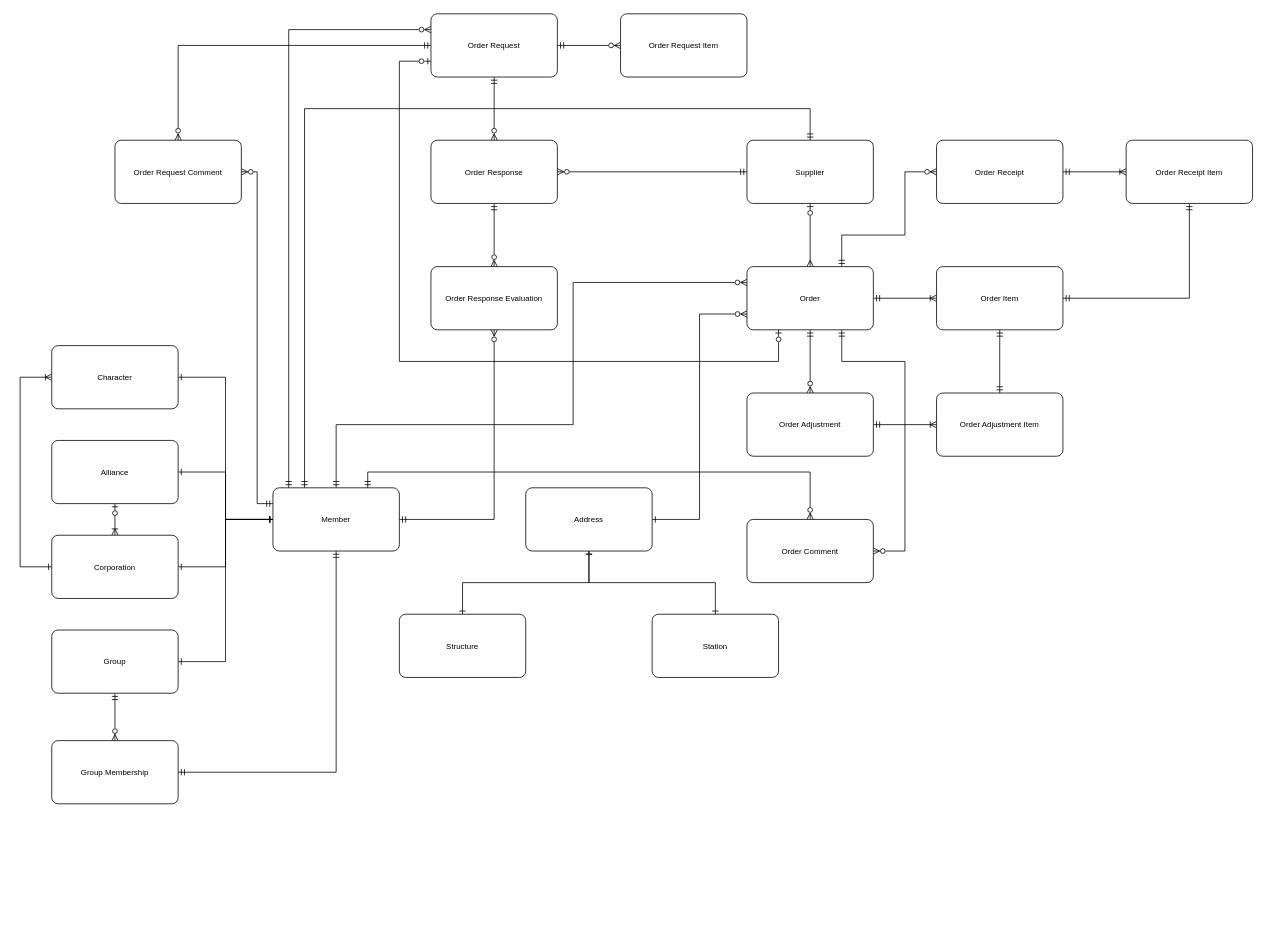
Above: page "ERD" (1 of 2) of Procurement.drawio in bokoboshahni/jove-diagrams (draw.io), before the change. Source tidied: cells renumbered, new cells numbered last; positions are measured from the earlier drawing's top-left corner, leaving out a move shared by most shapes. Both pictures are drawn from the tidied source at 79%, with x=0, y=0 at pixel (20, 13).
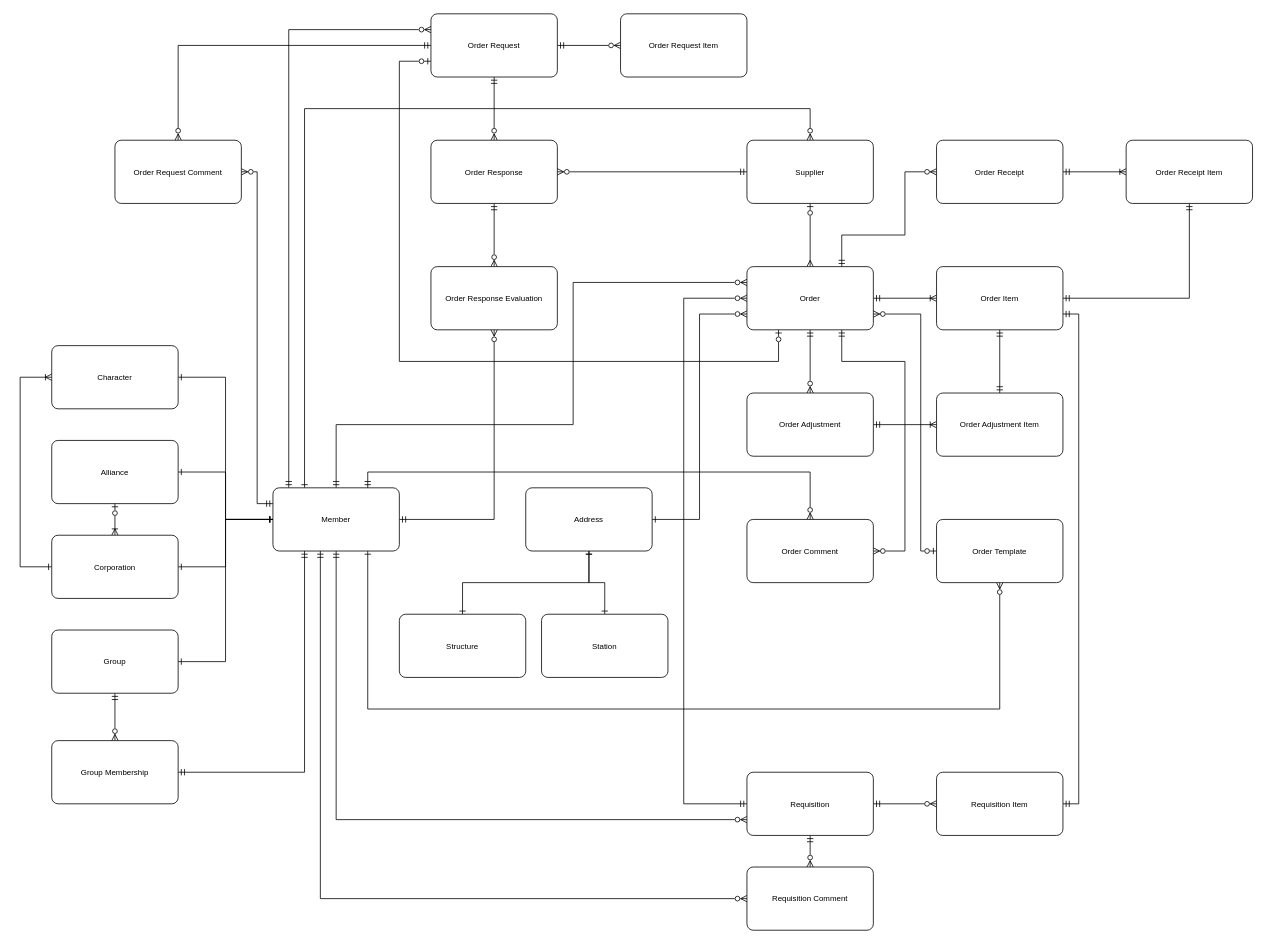
The same diagram, later.

The change refers to these unchanged cells:
```xml
<mxCell id="7" value="Order" style="rounded=1;arcSize=10;whiteSpace=wrap;html=1;align=center;fontSize=10;" parent="1" vertex="1">
  <mxGeometry x="920" y="320" width="160" height="80" as="geometry" />
</mxCell>
<mxCell id="8" value="Order Item" style="rounded=1;arcSize=10;whiteSpace=wrap;html=1;align=center;fontSize=10;" parent="1" vertex="1">
  <mxGeometry x="1160" y="320" width="160" height="80" as="geometry" />
</mxCell>
<mxCell id="24" value="Supplier" style="rounded=1;arcSize=10;whiteSpace=wrap;html=1;align=center;fontSize=10;" parent="1" vertex="1">
  <mxGeometry x="920" y="160" width="160" height="80" as="geometry" />
</mxCell>
<mxCell id="37" value="Member" style="rounded=1;arcSize=10;whiteSpace=wrap;html=1;align=center;fontSize=10;" parent="1" vertex="1">
  <mxGeometry x="320" y="600" width="160" height="80" as="geometry" />
</mxCell>
<mxCell id="52" value="Group Membership" style="rounded=1;arcSize=10;whiteSpace=wrap;html=1;align=center;fontSize=10;" parent="1" vertex="1">
  <mxGeometry x="40" y="920" width="160" height="80" as="geometry" />
</mxCell>
```

Diff of the diagram source:
```diff
@@
+    <mxCell id="56" style="edgeStyle=orthogonalEdgeStyle;rounded=0;jettySize=auto;html=1;entryX=1;entryY=0.5;entryDx=0;entryDy=0;fontSize=10;startArrow=ERmandOne;startFill=0;endArrow=ERmandOne;endFill=0;" parent="1" edge="1" source="8" target="67">
+      <mxGeometry relative="1" as="geometry">
+        <Array as="points">
+          <mxPoint x="1340" y="380" />
+          <mxPoint x="1340" y="1000" />
+        </Array>
+      </mxGeometry>
+    </mxCell>
@@
-    <mxCell id="23" style="edgeStyle=orthogonalEdgeStyle;rounded=0;jettySize=auto;html=1;fontSize=10;startArrow=ERmandOne;startFill=0;endArrow=ERmandOne;endFill=0;" parent="1" edge="1" source="24" target="37">
+    <mxCell id="23" style="edgeStyle=orthogonalEdgeStyle;rounded=0;jettySize=auto;html=1;fontSize=10;startArrow=ERzeroToMany;startFill=0;endArrow=ERone;endFill=0;" parent="1" edge="1" source="24" target="37">
       <mxGeometry relative="1" as="geometry">
         <Array as="points">
           <mxPoint x="1000" y="120" />
           <mxPoint x="360" y="120" />
         </Array>
       </mxGeometry>
     </mxCell>
@@
     <mxCell id="32" value="Station" style="rounded=1;arcSize=10;whiteSpace=wrap;html=1;align=center;fontSize=10;" parent="1" vertex="1">
-      <mxGeometry x="800" y="760" width="160" height="80" as="geometry" />
+      <mxGeometry x="660" y="760" width="160" height="80" as="geometry" />
     </mxCell>
@@
+    <mxCell id="57" style="edgeStyle=orthogonalEdgeStyle;rounded=0;jettySize=auto;html=1;entryX=0.5;entryY=1;entryDx=0;entryDy=0;fontSize=10;startArrow=ERone;startFill=0;endArrow=ERzeroToMany;endFill=0;" parent="1" edge="1" source="37" target="61">
+      <mxGeometry relative="1" as="geometry">
+        <Array as="points">
+          <mxPoint x="440" y="880" />
+          <mxPoint x="1240" y="880" />
+        </Array>
+      </mxGeometry>
+    </mxCell>
+    <mxCell id="58" style="edgeStyle=orthogonalEdgeStyle;rounded=0;jettySize=auto;html=1;fontSize=10;startArrow=ERmandOne;startFill=0;endArrow=ERzeroToMany;endFill=0;" parent="1" edge="1" source="37" target="65">
+      <mxGeometry relative="1" as="geometry">
+        <Array as="points">
+          <mxPoint x="400" y="1020" />
+        </Array>
+      </mxGeometry>
+    </mxCell>
+    <mxCell id="59" style="edgeStyle=orthogonalEdgeStyle;rounded=0;jettySize=auto;html=1;entryX=0;entryY=0.5;entryDx=0;entryDy=0;fontSize=10;startArrow=ERmandOne;startFill=0;endArrow=ERzeroToMany;endFill=0;" parent="1" edge="1" source="37" target="66">
+      <mxGeometry relative="1" as="geometry">
+        <Array as="points">
+          <mxPoint x="380" y="1120" />
+        </Array>
+      </mxGeometry>
+    </mxCell>
@@
     <mxCell id="51" style="edgeStyle=orthogonalEdgeStyle;rounded=0;jettySize=auto;html=1;fontSize=10;startArrow=ERmandOne;startFill=0;endArrow=ERmandOne;endFill=0;" parent="1" edge="1" source="52" target="37">
-      <mxGeometry relative="1" as="geometry" />
+      <mxGeometry relative="1" as="geometry">
+        <Array as="points">
+          <mxPoint x="360" y="960" />
+        </Array>
+      </mxGeometry>
     </mxCell>
@@
+    <mxCell id="60" style="edgeStyle=orthogonalEdgeStyle;rounded=0;jettySize=auto;html=1;entryX=1;entryY=0.75;entryDx=0;entryDy=0;fontSize=10;startArrow=ERzeroToOne;startFill=0;endArrow=ERzeroToMany;endFill=0;" parent="1" edge="1" source="61" target="7">
+      <mxGeometry relative="1" as="geometry">
+        <Array as="points">
+          <mxPoint x="1140" y="680" />
+          <mxPoint x="1140" y="380" />
+        </Array>
+      </mxGeometry>
+    </mxCell>
+    <mxCell id="61" value="Order Template" style="rounded=1;arcSize=10;whiteSpace=wrap;html=1;align=center;fontSize=10;" parent="1" vertex="1">
+      <mxGeometry x="1160" y="640" width="160" height="80" as="geometry" />
+    </mxCell>
+    <mxCell id="62" style="edgeStyle=orthogonalEdgeStyle;rounded=0;jettySize=auto;html=1;fontSize=10;startArrow=ERmandOne;startFill=0;endArrow=ERzeroToMany;endFill=0;" parent="1" edge="1" source="65" target="7">
+      <mxGeometry relative="1" as="geometry">
+        <Array as="points">
+          <mxPoint x="840" y="1000" />
+          <mxPoint x="840" y="360" />
+        </Array>
+      </mxGeometry>
+    </mxCell>
+    <mxCell id="63" style="edgeStyle=orthogonalEdgeStyle;rounded=0;jettySize=auto;html=1;fontSize=10;startArrow=ERmandOne;startFill=0;endArrow=ERzeroToMany;endFill=0;" parent="1" edge="1" source="65" target="66">
+      <mxGeometry relative="1" as="geometry" />
+    </mxCell>
+    <mxCell id="64" style="edgeStyle=orthogonalEdgeStyle;rounded=0;jettySize=auto;html=1;fontSize=10;startArrow=ERmandOne;startFill=0;endArrow=ERzeroToMany;endFill=0;" parent="1" edge="1" source="65" target="67">
+      <mxGeometry relative="1" as="geometry" />
+    </mxCell>
+    <mxCell id="65" value="Requisition" style="rounded=1;arcSize=10;whiteSpace=wrap;html=1;align=center;fontSize=10;" parent="1" vertex="1">
+      <mxGeometry x="920" y="960" width="160" height="80" as="geometry" />
+    </mxCell>
+    <mxCell id="66" value="Requisition Comment" style="rounded=1;arcSize=10;whiteSpace=wrap;html=1;align=center;fontSize=10;" parent="1" vertex="1">
+      <mxGeometry x="920" y="1080" width="160" height="80" as="geometry" />
+    </mxCell>
+    <mxCell id="67" value="Requisition Item" style="rounded=1;arcSize=10;whiteSpace=wrap;html=1;align=center;fontSize=10;" parent="1" vertex="1">
+      <mxGeometry x="1160" y="960" width="160" height="80" as="geometry" />
+    </mxCell>
```
